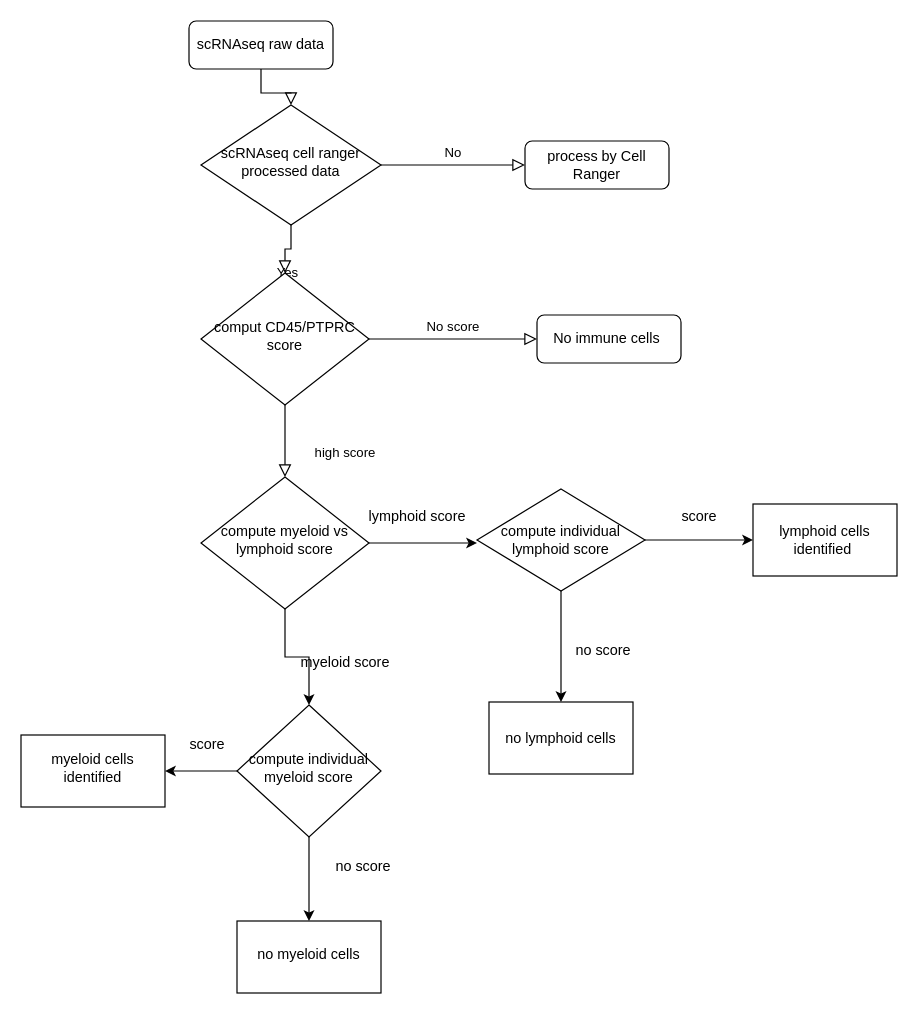
abbyvallie/Bioinf_576_resources keeps this draw.io diagram as Untitled Diagram.drawio. Above is the earlier version. Source tidied: cells renumbered, new cells numbered last; positions are measured from the earlier drawing's top-left corner, leaving out a move shared by most shapes. Both pictures are drawn from the tidied source at 120%, with x=0, y=0 at pixel (20, 20).
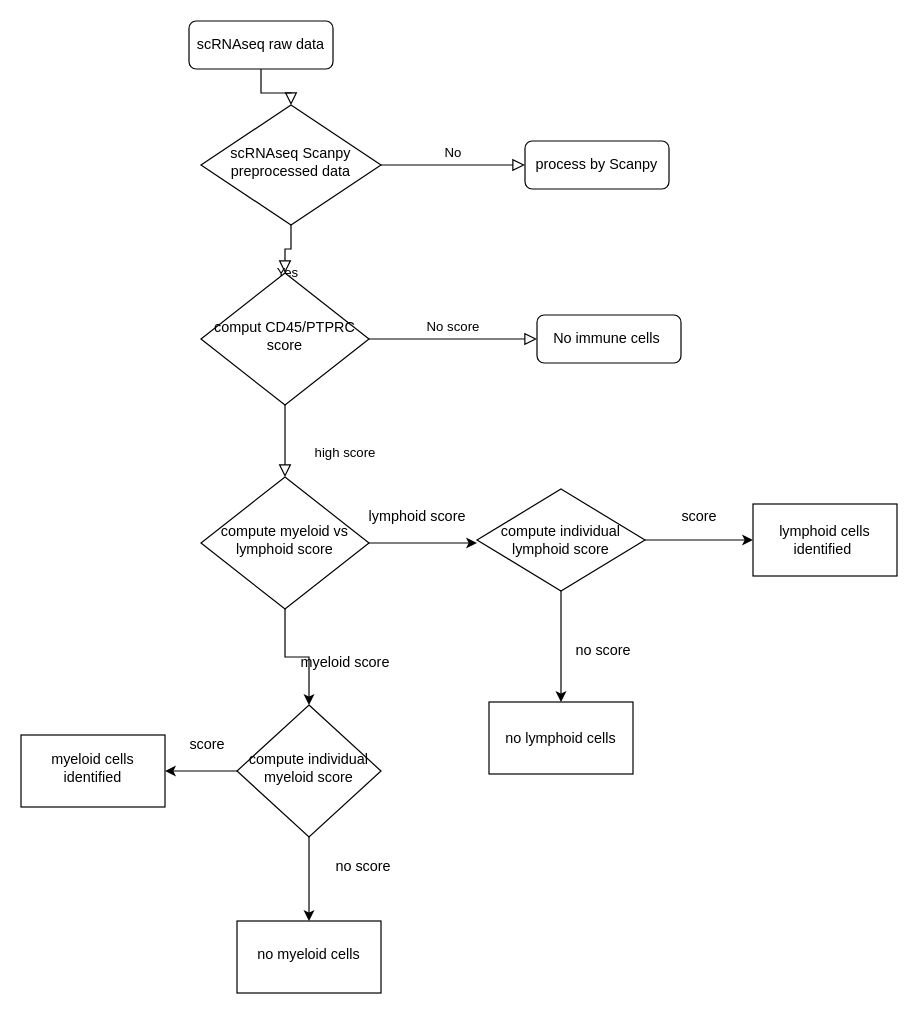
After the change.

Diff of the diagram source:
```diff
@@
-    <mxCell id="6" value="scRNAseq cell ranger processed data" style="rhombus;whiteSpace=wrap;html=1;shadow=0;fontFamily=Helvetica;fontSize=12;align=center;strokeWidth=1;spacing=6;spacingTop=-4;" parent="1" vertex="1">
+    <mxCell id="6" value="scRNAseq Scanpy preprocessed data" style="rhombus;whiteSpace=wrap;html=1;shadow=0;fontFamily=Helvetica;fontSize=12;align=center;strokeWidth=1;spacing=6;spacingTop=-4;" parent="1" vertex="1">
       <mxGeometry x="150" y="70" width="150" height="100" as="geometry" />
     </mxCell>
-    <mxCell id="7" value="process by Cell Ranger" style="rounded=1;whiteSpace=wrap;html=1;fontSize=12;glass=0;strokeWidth=1;shadow=0;" parent="1" vertex="1">
+    <mxCell id="7" value="process by Scanpy" style="rounded=1;whiteSpace=wrap;html=1;fontSize=12;glass=0;strokeWidth=1;shadow=0;" parent="1" vertex="1">
       <mxGeometry x="420" y="100" width="120" height="40" as="geometry" />
     </mxCell>
```
